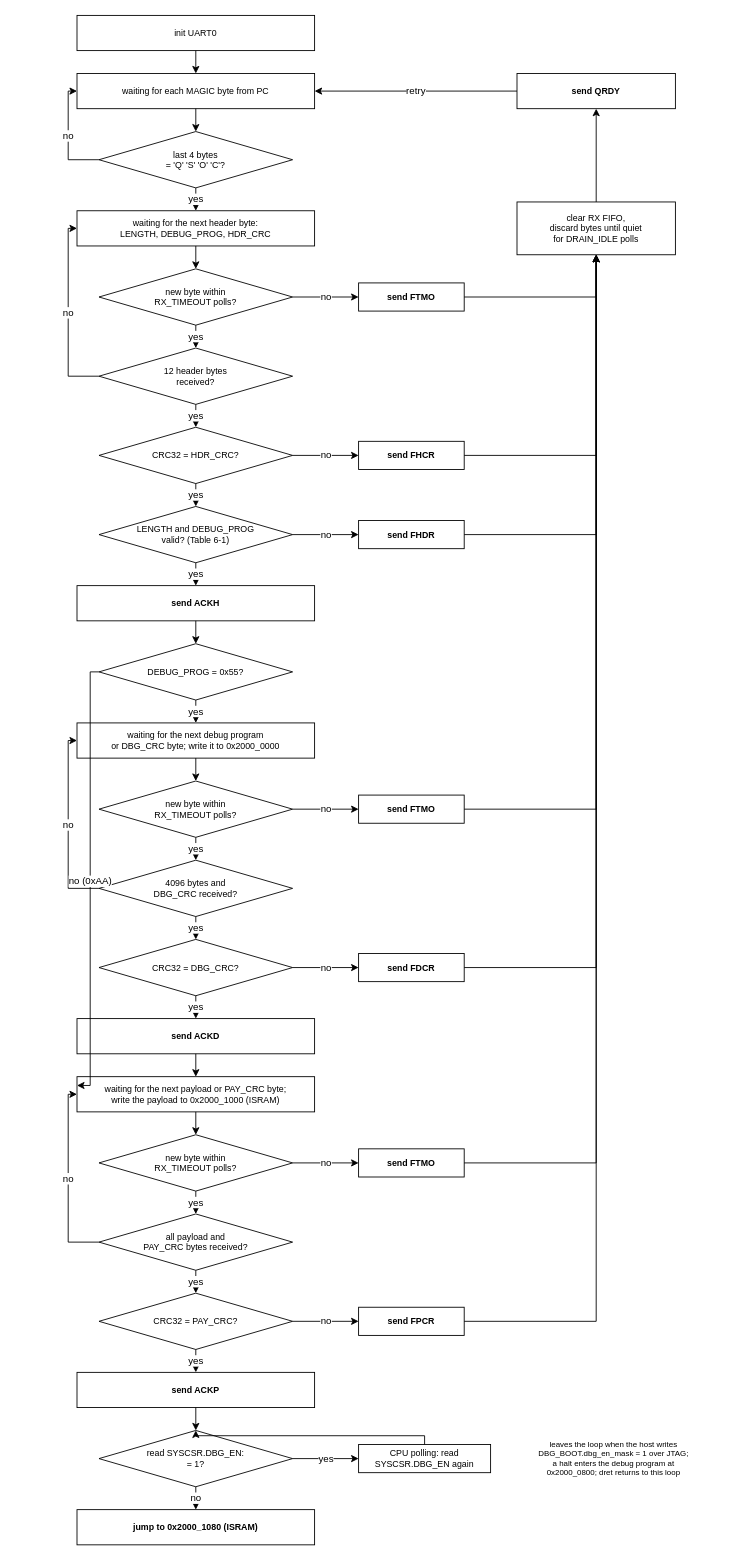
This is page "Bootloader flow" (4 of 5) of doc/figures/drawio/QNSC_BOOT.drawio from quynhonsemiconductor/vlsi_deep_training, a draw.io file, before an edit. Source tidied: cells renumbered, new cells numbered last; positions are measured from the earlier drawing's top-left corner, leaving out a move shared by most shapes. Both pictures are drawn from the tidied source at 88%, with x=0, y=0 at pixel (15, 15).
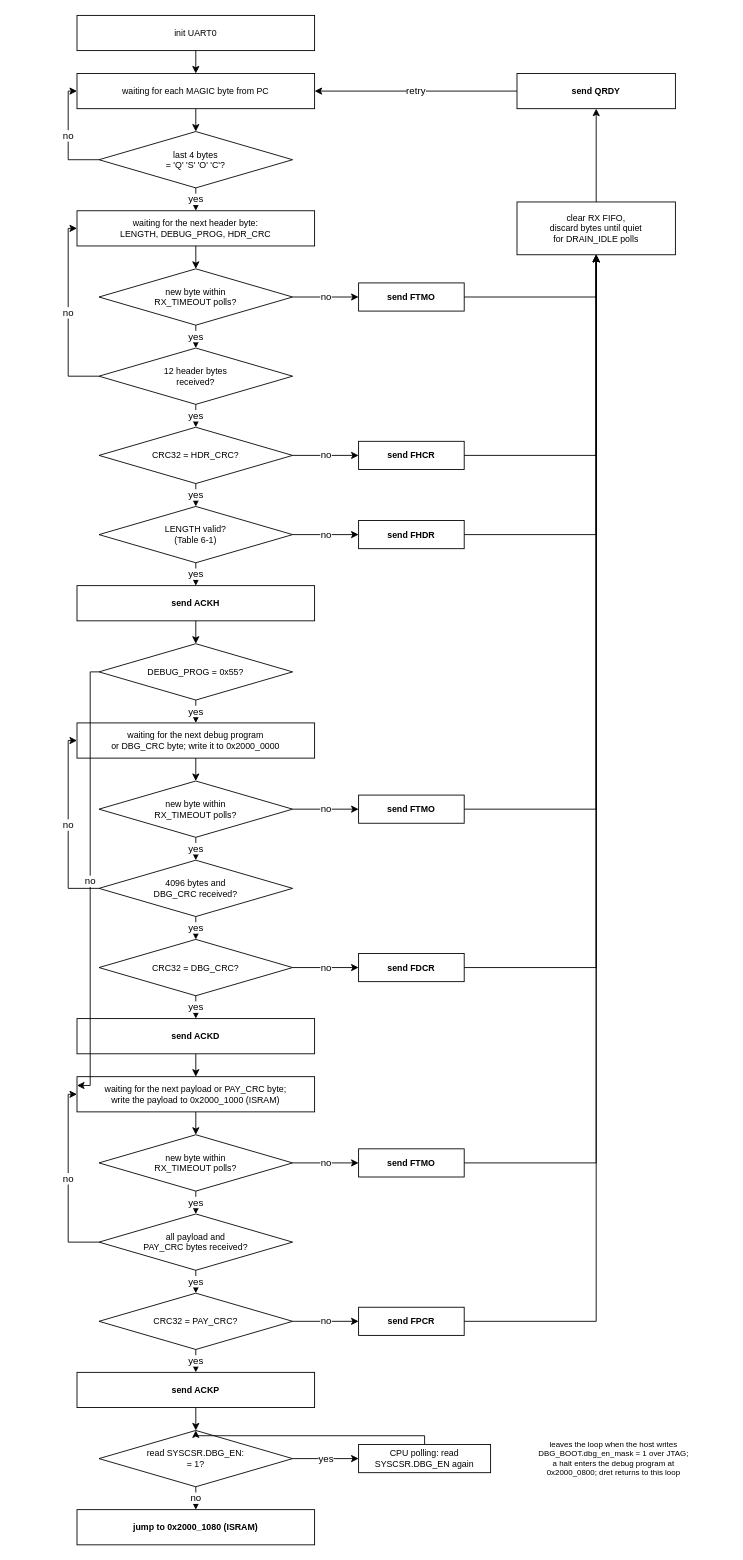
After the change.

Commit message (it also covers changes not shown here):
docs(boot): QNSC_BOOT_SPEC V3.4, DEBUG_PROG other than 0x55 is not checked

The change refers to these unchanged cells:
```xml
<mxCell id="11" value="DEBUG_PROG = 0x55?" style="rhombus;whiteSpace=wrap;html=1;fillColor=#ffffff;strokeColor=#000000;fontSize=10;dashed=0;verticalAlign=middle;" parent="1" vertex="1">
  <mxGeometry x="95" y="714" width="220" height="64" as="geometry" />
</mxCell>
<mxCell id="17" value="waiting for the next payload or PAY_CRC byte;&#10;write the payload to 0x2000_1000 (ISRAM)" style="rounded=0;whiteSpace=wrap;html=1;fillColor=#ffffff;strokeColor=#000000;fontSize=10;dashed=0;verticalAlign=middle;" parent="1" vertex="1">
  <mxGeometry x="70" y="1206" width="270" height="40" as="geometry" />
</mxCell>
```

Change to the diagram source:
```diff
@@
-    <mxCell id="9" value="LENGTH and DEBUG_PROG&#10;valid? (Table 6-1)" style="rhombus;whiteSpace=wrap;html=1;fillColor=#ffffff;strokeColor=#000000;fontSize=10;dashed=0;verticalAlign=middle;" parent="1" vertex="1">
+    <mxCell id="9" value="LENGTH valid?&#10;(Table 6-1)" style="rhombus;whiteSpace=wrap;html=1;fillColor=#ffffff;strokeColor=#000000;fontSize=10;dashed=0;verticalAlign=middle;" parent="1" vertex="1">
       <mxGeometry x="95" y="558" width="220" height="64" as="geometry" />
     </mxCell>
@@
-    <mxCell id="61" value="no (0xAA)" style="edgeStyle=orthogonalEdgeStyle;rounded=0;html=1;exitX=0.0;exitY=0.5;entryX=0.0;entryY=0.25;exitDx=0;exitDy=0;entryDx=0;entryDy=0;" parent="1" edge="1" source="11" target="17">
+    <mxCell id="61" value="no" style="edgeStyle=orthogonalEdgeStyle;rounded=0;html=1;exitX=0.0;exitY=0.5;entryX=0.0;entryY=0.25;exitDx=0;exitDy=0;entryDx=0;entryDy=0;" parent="1" edge="1" source="11" target="17">
       <mxGeometry relative="1" as="geometry" />
     </mxCell>
```
